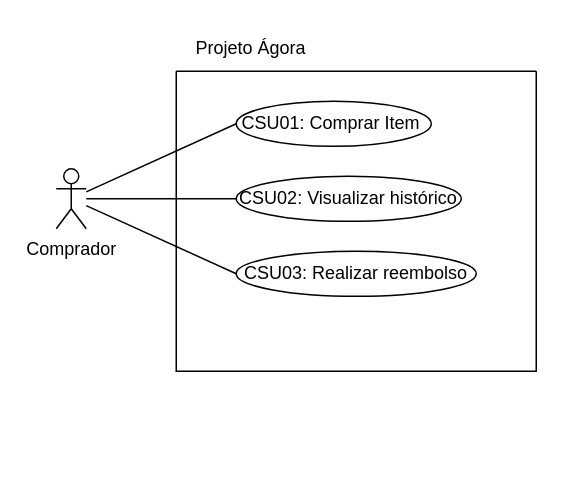
Earlier version of the draw.io diagram page "CompradorUseCases" (1 of 3) of Diagrams/UseCases.drawio (luca-moraes/projetoEngenhariaSoftware). Source tidied: cells renumbered, new cells numbered last; positions are measured from the earlier drawing's top-left corner, leaving out a move shared by most shapes. Both pictures are drawn from the tidied source at 150%, with x=0, y=0 at pixel (56, 26).
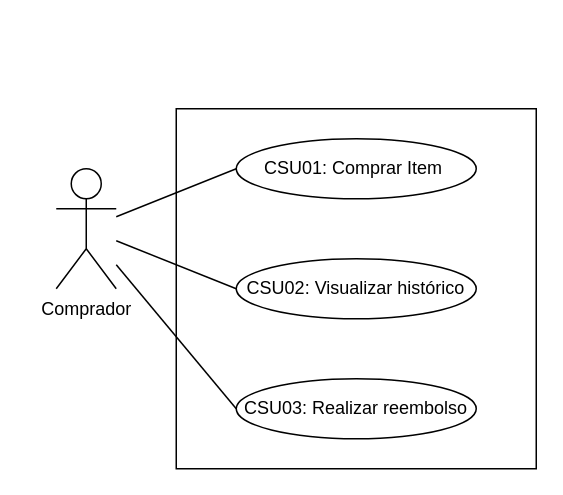
After the change.

Diff of the diagram source:
```diff
@@
 <mxGraphModel>
   <root>
     <mxCell id="0" />
     <mxCell id="1" parent="0" />
     <mxCell id="2" value="Comprador" style="shape=umlActor;verticalLabelPosition=bottom;verticalAlign=top;html=1;outlineConnect=0;" parent="1" vertex="1">
-      <mxGeometry y="95" width="20" height="40" as="geometry" />
+      <mxGeometry y="95" width="40" height="80" as="geometry" />
     </mxCell>
-    <mxCell id="3" style="swimlane;startSize=0;" parent="1" vertex="1">
-      <mxGeometry x="80" y="30" width="240" height="200" as="geometry" />
-    </mxCell>
+    <mxCell id="11" style="whiteSpace=wrap;html=1;fillColor=none;" parent="1" vertex="1">
+      <mxGeometry x="80" y="55" width="240" height="240" as="geometry" />
+    </mxCell>
-    <mxCell id="4" value="CSU01: Comprar Item&amp;nbsp;" style="ellipse;whiteSpace=wrap;html=1;" parent="3" vertex="1">
-      <mxGeometry x="40" y="20" width="130" height="30" as="geometry" />
+    <mxCell id="4" value="CSU01: Comprar Item&amp;nbsp;" style="ellipse;whiteSpace=wrap;html=1;" parent="1" vertex="1">
+      <mxGeometry x="120" y="75" width="160" height="40" as="geometry" />
     </mxCell>
-    <mxCell id="5" value="CSU02: Visualizar histórico" style="ellipse;whiteSpace=wrap;html=1;" parent="3" vertex="1">
-      <mxGeometry x="40" y="70" width="150" height="30" as="geometry" />
+    <mxCell id="5" value="CSU02: Visualizar histórico" style="ellipse;whiteSpace=wrap;html=1;" parent="1" vertex="1">
+      <mxGeometry x="120" y="155" width="160" height="40" as="geometry" />
     </mxCell>
-    <mxCell id="6" value="CSU03: Realizar reembolso" style="ellipse;whiteSpace=wrap;html=1;" parent="3" vertex="1">
-      <mxGeometry x="40" y="120" width="160" height="30" as="geometry" />
+    <mxCell id="6" value="CSU03: Realizar reembolso" style="ellipse;whiteSpace=wrap;html=1;" parent="1" vertex="1">
+      <mxGeometry x="120" y="235" width="160" height="40" as="geometry" />
     </mxCell>
-    <mxCell id="7" value="Projeto Ágora" style="text;html=1;strokeColor=none;fillColor=none;align=center;verticalAlign=middle;whiteSpace=wrap;rounded=0;" parent="1" vertex="1">
-      <mxGeometry x="80" width="100" height="30" as="geometry" />
-    </mxCell>
-    <mxCell id="8" style="endArrow=none;html=1;rounded=0;entryX=0;entryY=0.5;entryDx=0;entryDy=0;" parent="1" edge="1" source="2" target="4">
-      <mxGeometry relative="1" as="geometry" />
-    </mxCell>
-    <mxCell id="9" style="endArrow=none;html=1;rounded=0;exitX=0;exitY=0.5;exitDx=0;exitDy=0;" parent="1" edge="1" source="5" target="2">
-      <mxGeometry relative="1" as="geometry" />
-    </mxCell>
-    <mxCell id="10" style="endArrow=none;html=1;rounded=0;exitX=0;exitY=0.5;exitDx=0;exitDy=0;" parent="1" edge="1" source="6" target="2">
-      <mxGeometry relative="1" as="geometry" />
-    </mxCell>
+    <mxCell id="12" style="endArrow=none;html=1;rounded=0;" parent="1" edge="1" source="2">
+      <mxGeometry relative="1" as="geometry">
+        <mxPoint x="120" y="95" as="targetPoint" />
+      </mxGeometry>
+    </mxCell>
+    <mxCell id="13" style="endArrow=none;html=1;rounded=0;" parent="1" edge="1" source="2">
+      <mxGeometry relative="1" as="geometry">
+        <mxPoint x="120" y="175" as="targetPoint" />
+      </mxGeometry>
+    </mxCell>
+    <mxCell id="14" style="endArrow=none;html=1;rounded=0;entryX=0;entryY=0.5;entryDx=0;entryDy=0;" parent="1" edge="1" source="2" target="6">
+      <mxGeometry relative="1" as="geometry" />
+    </mxCell>
   </root>
 </mxGraphModel>
```
